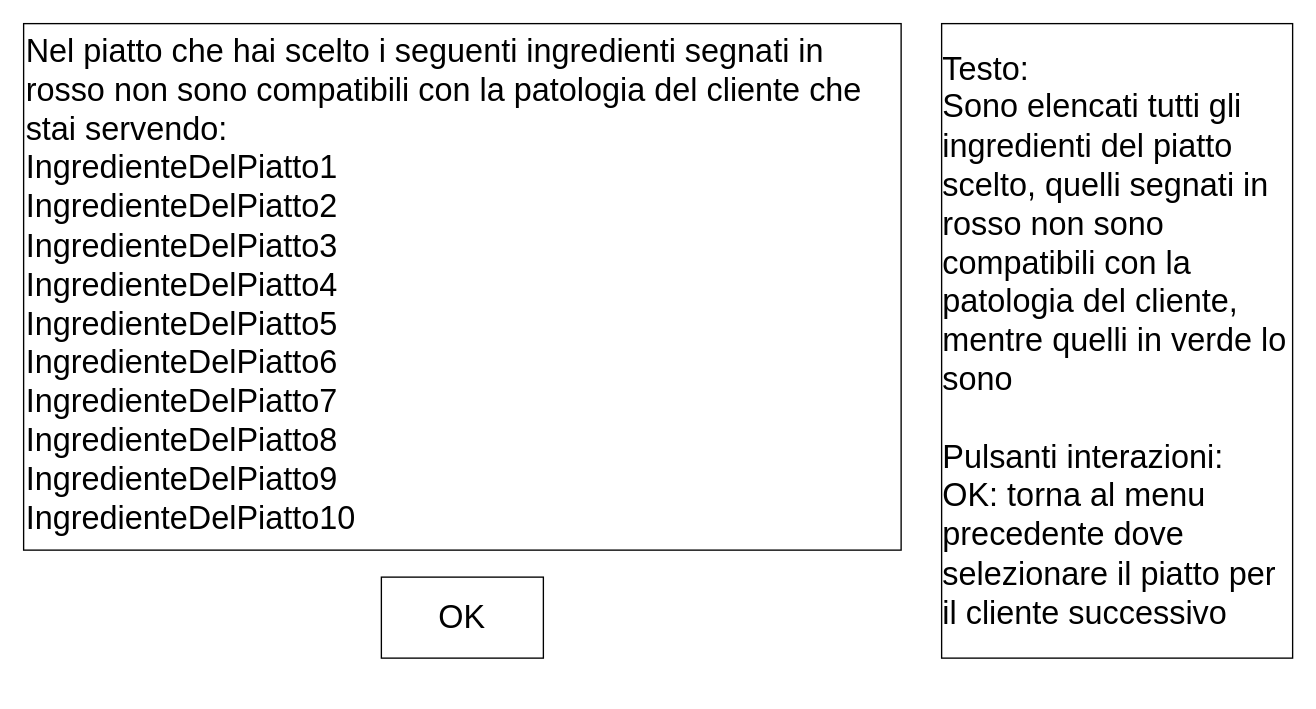
Above: doc/Progetti Drawio/StoryboardMenuSuggerimentiPiatto.drawio in zSavT/Healthy-Catering (draw.io), before the change. Source tidied: cells renumbered, new cells numbered last; positions are measured from the earlier drawing's top-left corner, leaving out a move shared by most shapes. Both pictures are drawn from the tidied source at 135%, with x=0, y=0 at pixel (23, 23).
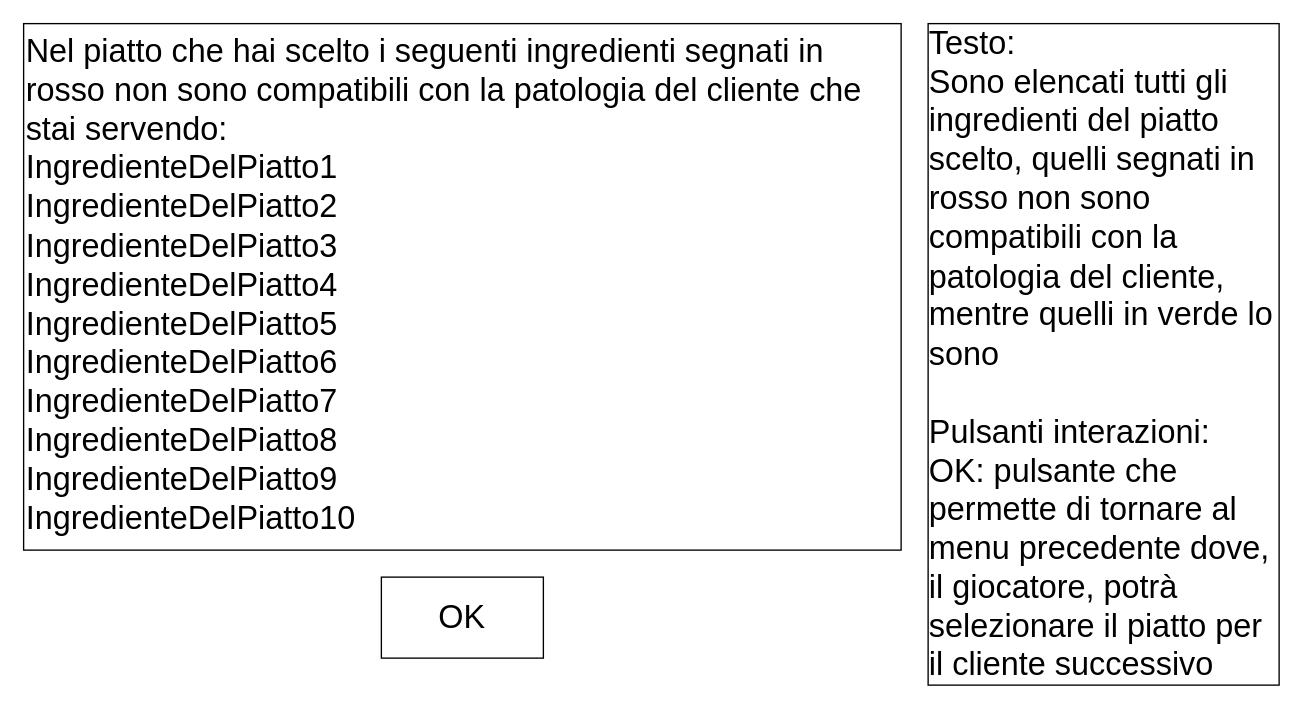
After the change.

Commit message (it also covers changes not shown here):
aggiornati storyboard

What changed in the source:
```diff
@@
 <mxGraphModel>
   <root>
     <mxCell id="0" />
     <mxCell id="1" parent="0" />
     <mxCell id="2" value="Nel piatto che hai scelto i seguenti ingredienti segnati in rosso non sono compatibili con la patologia del cliente che stai servendo:&lt;br&gt;IngredienteDelPiatto1&lt;br&gt;IngredienteDelPiatto2&lt;br&gt;IngredienteDelPiatto3&lt;br&gt;IngredienteDelPiatto4&lt;br&gt;IngredienteDelPiatto5&lt;br&gt;IngredienteDelPiatto6&lt;br&gt;IngredienteDelPiatto7&lt;br&gt;IngredienteDelPiatto8&lt;br&gt;IngredienteDelPiatto9&lt;br&gt;IngredienteDelPiatto10" style="rounded=0;whiteSpace=wrap;html=1;fontSize=24;verticalAlign=top;align=left;" parent="1" vertex="1">
       <mxGeometry width="650" height="390" as="geometry" />
     </mxCell>
     <mxCell id="3" value="OK" style="whiteSpace=wrap;html=1;fontSize=24;" parent="1" vertex="1">
       <mxGeometry x="265" y="410" width="120" height="60" as="geometry" />
     </mxCell>
-    <mxCell id="4" value="&lt;div style=&quot;text-align: left;&quot;&gt;&lt;span style=&quot;background-color: initial;&quot;&gt;Testo:&lt;/span&gt;&lt;/div&gt;&lt;div style=&quot;text-align: left;&quot;&gt;Sono elencati tutti gli ingredienti del piatto scelto, quelli segnati in rosso non sono compatibili con la patologia del cliente, mentre quelli in verde lo sono&lt;/div&gt;&lt;div style=&quot;text-align: left;&quot;&gt;&lt;span style=&quot;background-color: initial;&quot;&gt;&lt;br&gt;&lt;/span&gt;&lt;/div&gt;&lt;div style=&quot;text-align: left;&quot;&gt;&lt;span style=&quot;background-color: initial;&quot;&gt;Pulsanti interazioni:&lt;/span&gt;&lt;/div&gt;&lt;div style=&quot;text-align: left;&quot;&gt;&lt;span style=&quot;background-color: initial;&quot;&gt;OK: torna al menu precedente dove selezionare il piatto per il cliente successivo&lt;/span&gt;&lt;/div&gt;" style="whiteSpace=wrap;html=1;fontSize=24;verticalAlign=middle;" parent="1" vertex="1">
-      <mxGeometry x="680" width="260" height="470" as="geometry" />
+    <mxCell id="4" value="&lt;div style=&quot;text-align: left;&quot;&gt;&lt;span style=&quot;background-color: initial;&quot;&gt;Testo:&lt;/span&gt;&lt;/div&gt;&lt;div style=&quot;text-align: left;&quot;&gt;Sono elencati tutti gli ingredienti del piatto scelto, quelli segnati in rosso non sono compatibili con la patologia del cliente, mentre quelli in verde lo sono&lt;/div&gt;&lt;div style=&quot;text-align: left;&quot;&gt;&lt;span style=&quot;background-color: initial;&quot;&gt;&lt;br&gt;&lt;/span&gt;&lt;/div&gt;&lt;div style=&quot;text-align: left;&quot;&gt;&lt;span style=&quot;background-color: initial;&quot;&gt;Pulsanti interazioni:&lt;/span&gt;&lt;/div&gt;&lt;div style=&quot;text-align: left;&quot;&gt;&lt;span style=&quot;background-color: initial;&quot;&gt;OK: pulsante che permette di tornare al menu precedente dove, il giocatore, potrà selezionare il piatto per il cliente successivo&lt;/span&gt;&lt;/div&gt;" style="whiteSpace=wrap;html=1;fontSize=24;verticalAlign=middle;" parent="1" vertex="1">
+      <mxGeometry x="670" width="260" height="490" as="geometry" />
     </mxCell>
   </root>
 </mxGraphModel>
```
